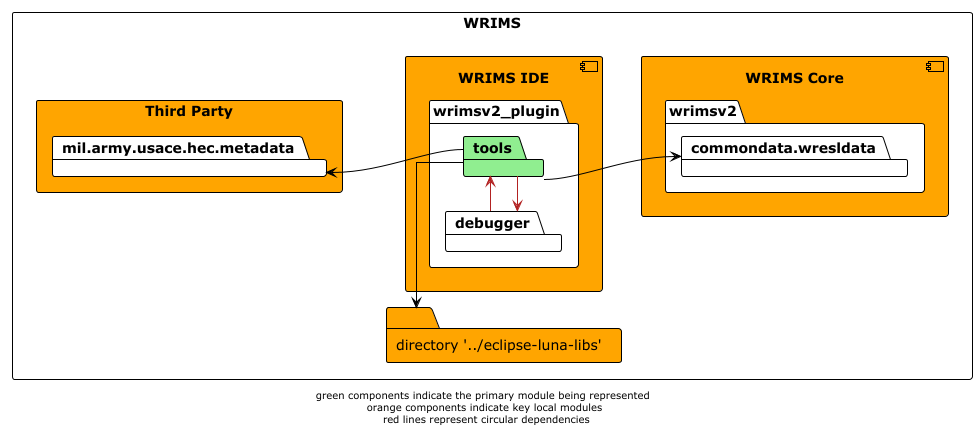
Earlier version of the PlantUML export docs/diagrams/wrims-modules/wrims-ide/wrims-ide_tools.png (CentralValleyModeling/wrims-gui).
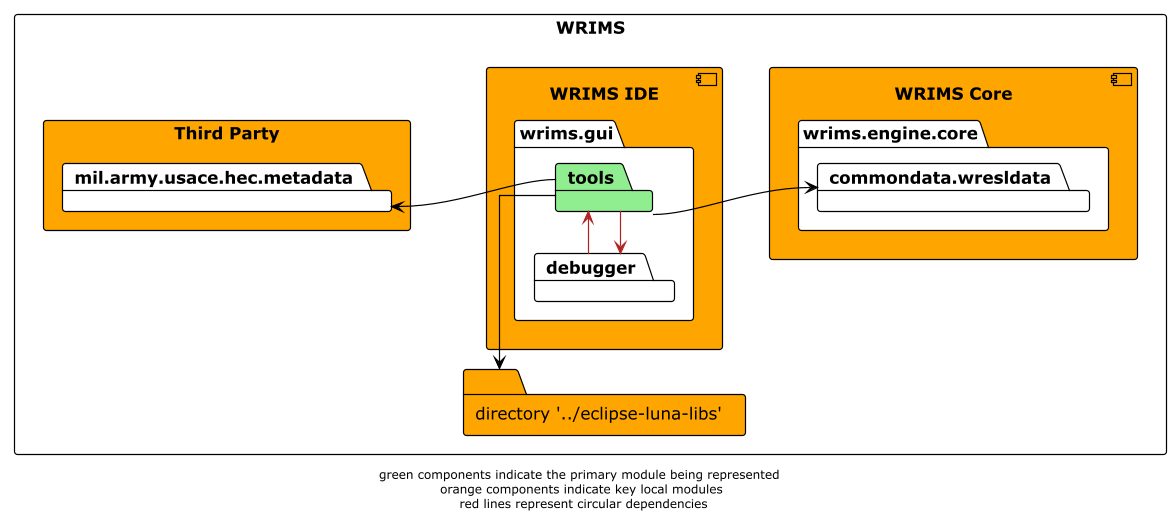
Above is the later version.

Change to the diagram source:
```diff
@@ -6,7 +6,7 @@
 
 rectangle WRIMS {
     component wrims-ide as "WRIMS IDE" #orange {
-        package wrimsv2_plugin {
+        package wrims.gui {
             package tools #lightgreen
             package debugger
         }
@@ -18,7 +18,7 @@
     }
 
     component wrims-core as "WRIMS Core" #orange {
-        package wrimsv2 {
+        package wrims.engine.core {
             package commondata.wresldata
         }
     }
```
